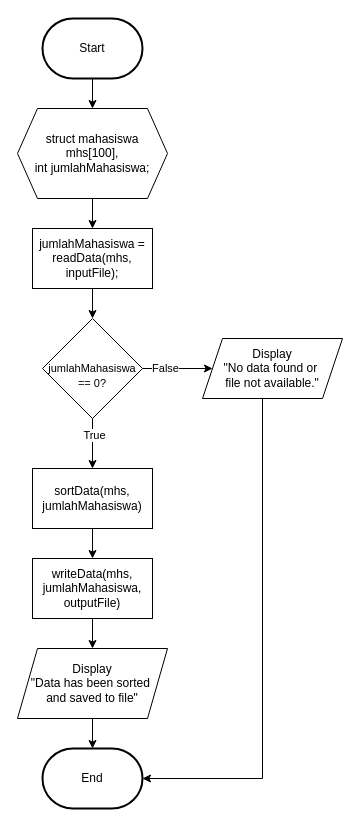
The draw.io diagram modul 4.drawio in elikawicaksana/BuildIT_BasisData, before the edit. Source tidied: cells renumbered, new cells numbered last; positions are measured from the earlier drawing's top-left corner, leaving out a move shared by most shapes. Both pictures are drawn from the tidied source at 100%, with x=0, y=0 at pixel (17, 18).
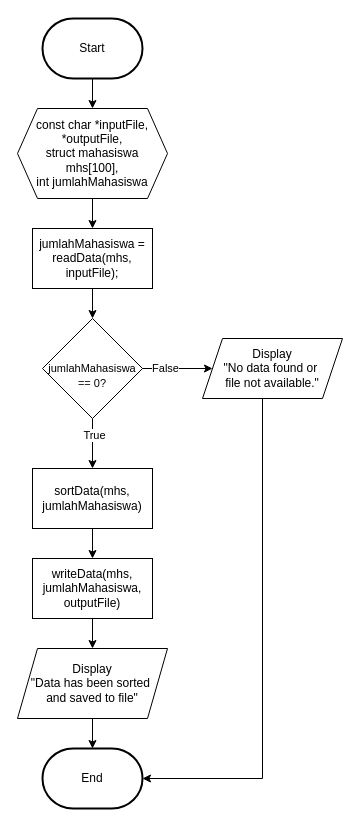
Above is the later version.

Diff of the diagram source:
```diff
@@
-    <mxCell id="20" value="struct mahasiswa mhs[100],&lt;div&gt;int jumlahMahasiswa;&lt;/div&gt;" style="shape=hexagon;perimeter=hexagonPerimeter2;whiteSpace=wrap;html=1;fixedSize=1;" parent="1" vertex="1">
+    <mxCell id="20" value="&lt;div&gt;const char *inputFile, *outputFile,&lt;br&gt;&lt;/div&gt;struct mahasiswa mhs[100],&lt;div&gt;int jumlahMahasiswa&lt;/div&gt;" style="shape=hexagon;perimeter=hexagonPerimeter2;whiteSpace=wrap;html=1;fixedSize=1;" parent="1" vertex="1">
       <mxGeometry y="90" width="150" height="90" as="geometry" />
     </mxCell>
```
